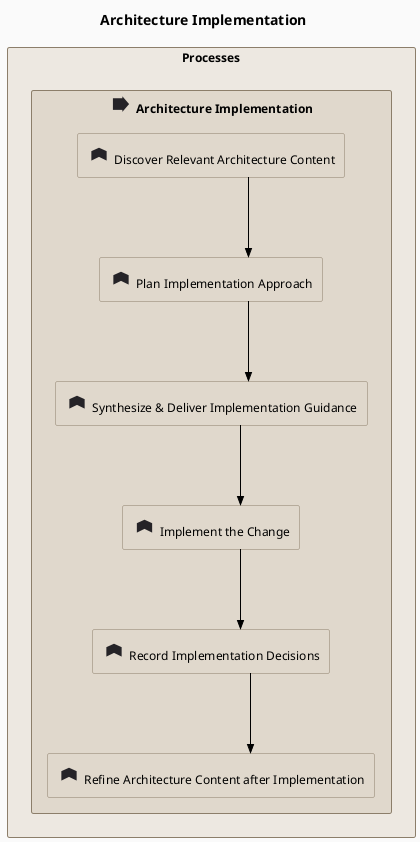
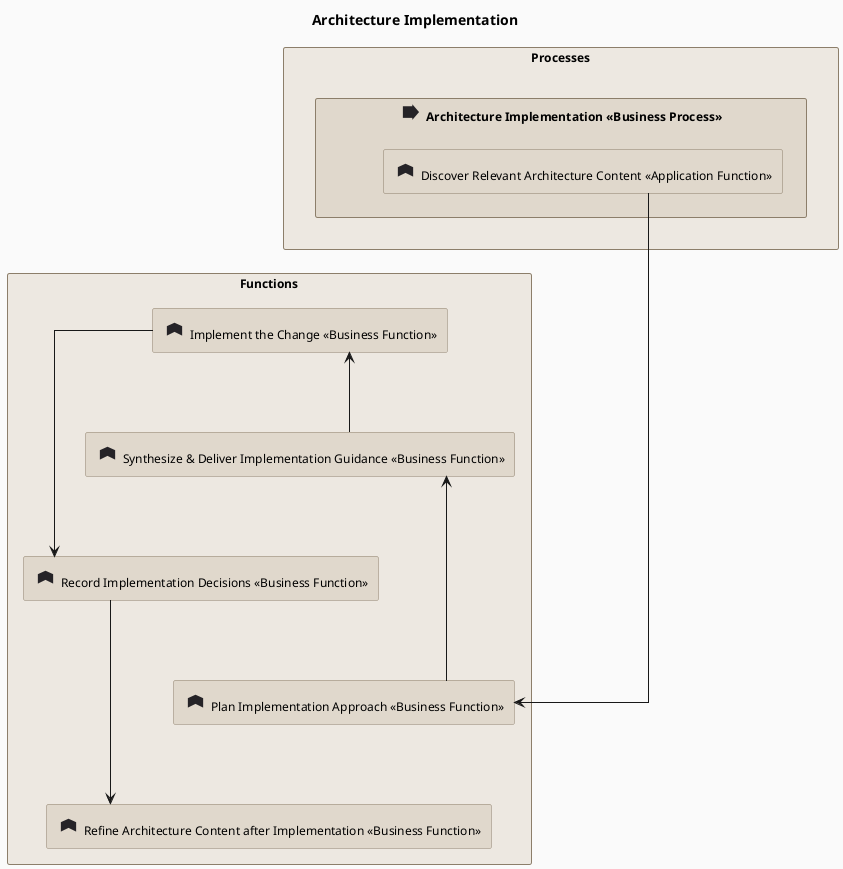
---
artifact-id: ARC@1777474518.fQ7EyJ.architecture-implementation
artifact-type: diagram
name: Architecture Implementation
version: 0.1.0
status: draft
diagram-type: archimate-layered
entity-ids-used:
+ - FNC@1777409722.4LZhtI.implement-the-change
+ - FNC@1777390454.4ce2Qt.synthesize-deliver-implementation-guidance
+ - FNC@1777409722.LxeSn1.record-implementation-decisions
+ - FNC@1777409722.TSs7wk.plan-implementation-approach
+ - FNC@1777474430.fCdnJ2.refine-architecture-content-after-implementation
+ - FNC@1777390444.lLdx12.discover-relevant-architecture-content
- PRC@1776635645.GHVpDA.provide-implementation-guidance
- - FNC@1777390444.lLdx12.discover-relevant-architecture-content
- - FNC@1777409722.4LZhtI.implement-the-change
- - FNC@1777409722.TSs7wk.plan-implementation-approach
- - FNC@1777409722.LxeSn1.record-implementation-decisions
- - FNC@1777390454.4ce2Qt.synthesize-deliver-implementation-guidance
- - FNC@1777474430.fCdnJ2.refine-architecture-content-after-implementation
connection-ids-used:
- - PRC@1776635645.GHVpDA.provide-implementation-guidance---FNC@1777390444.lLdx12.discover-relevant-architecture-content@@archimate-aggregation
- - PRC@1776635645.GHVpDA.provide-implementation-guidance---FNC@1777409722.4LZhtI.implement-the-change@@archimate-aggregation
- - FNC@1777390444.lLdx12.discover-relevant-architecture-content---FNC@1777409722.TSs7wk.plan-implementation-approach@@archimate-triggering
- - PRC@1776635645.GHVpDA.provide-implementation-guidance---FNC@1777409722.TSs7wk.plan-implementation-approach@@archimate-aggregation
- - FNC@1777409722.4LZhtI.implement-the-change---FNC@1777409722.LxeSn1.record-implementation-decisions@@archimate-triggering
- - PRC@1776635645.GHVpDA.provide-implementation-guidance---FNC@1777409722.LxeSn1.record-implementation-decisions@@archimate-aggregation
- - FNC@1777409722.TSs7wk.plan-implementation-approach---FNC@1777390454.4ce2Qt.synthesize-deliver-implementation-guidance@@archimate-triggering
- - PRC@1776635645.GHVpDA.provide-implementation-guidance---FNC@1777390454.4ce2Qt.synthesize-deliver-implementation-guidance@@archimate-aggregation
- - FNC@1777390454.4ce2Qt.synthesize-deliver-implementation-guidance---FNC@1777409722.4LZhtI.implement-the-change@@archimate-triggering
- - FNC@1777409722.LxeSn1.record-implementation-decisions---FNC@1777474430.fCdnJ2.refine-architecture-content-after-implementation@@archimate-triggering
- - PRC@1776635645.GHVpDA.provide-implementation-guidance---FNC@1777474430.fCdnJ2.refine-architecture-content-after-implementation@@archimate-aggregation
- last-updated: '2026-07-05'
+ - FNC@1777390444.lLdx12---FNC@1777409722.TSs7wk@@archimate-triggering
+ - FNC@1777409722.4LZhtI---FNC@1777409722.LxeSn1@@archimate-triggering
+ - FNC@1777409722.TSs7wk---FNC@1777390454.4ce2Qt@@archimate-triggering
+ - FNC@1777390454.4ce2Qt---FNC@1777409722.4LZhtI@@archimate-triggering
+ - FNC@1777409722.LxeSn1---FNC@1777474430.fCdnJ2@@archimate-triggering
+ - PRC@1776635645.GHVpDA---FNC@1777390444.lLdx12@@archimate-aggregation
+ last-updated: '2026-07-19'
---
@startuml architecture-implementation
- !define ARCHIMATE_VERSION 3.2
- !include <archimate/Archimate>
hide stereotype

skinparam defaultFontName "Helvetica Neue, Helvetica, Arial, sans-serif"
skinparam defaultFontSize 12
skinparam shadowing false
skinparam roundcorner 4
skinparam backgroundColor #FAFAFA

skinparam linetype ortho
skinparam nodesep 60
skinparam ranksep 80
+ !define Rel_Triggering(from, to, label) from --> to
+ !define Rel_Realization(from, to, label) from ..|> to
+ !define Rel_Realization_Up(from, to, label) from ..|> to
+ !define Rel_Serving(from, to, label) from --> to
+ !define Rel_Association(from, to, label) from -- to
+ !define Rel_Association_Left(from, to, label) from -- to
+ !define Rel_Association_Right(from, to, label) from -- to
+ !define Rel_Access(from, to, label) from ..> to
+ !define Rel_Influence(from, to, label) from ..> to
skinparam rectangle<<CommonGrouping>> {
  BackgroundColor #EDE8E1
  BorderColor #8C7E6A
}
skinparam rectangle<<function>> {
  BackgroundColor #E0D8CC
  BorderColor #8C7E6A
}
skinparam rectangle<<process>> {
  BackgroundColor #E0D8CC
  BorderColor #8C7E6A
}
sprite $archimate_function <svg xmlns="http://www.w3.org/2000/svg" viewBox="0 0 16 16"><path d="M2.9 11.7V5.4L8 3.1l5.1 2.3v6.3L8 9.2z"  fill="#252327" stroke="none"/></svg>
sprite $archimate_process <svg xmlns="http://www.w3.org/2000/svg" viewBox="0 0 16 16"><path d="M2.6 4.1h6.3V2.8l4.5 5.2-4.5 5.2v-1.3H2.6z"  fill="#252327" stroke="none"/></svg>

top to bottom direction

title Architecture Implementation

rectangle "Processes" <<CommonGrouping>> {
-   rectangle "<$archimate_process{scale=1.5}> Architecture Implementation" <<process>> as PRC_GHVpDA {
-     rectangle "<$archimate_function{scale=1.5}> Discover Relevant Architecture Content" <<function>> as FNC_lLdx12
-     rectangle "<$archimate_function{scale=1.5}> Implement the Change" <<function>> as FNC_4LZhtI
-     rectangle "<$archimate_function{scale=1.5}> Plan Implementation Approach" <<function>> as FNC_TSs7wk
-     rectangle "<$archimate_function{scale=1.5}> Record Implementation Decisions" <<function>> as FNC_LxeSn1
-     rectangle "<$archimate_function{scale=1.5}> Synthesize & Deliver Implementation Guidance" <<function>> as FNC_4ce2Qt
-     rectangle "<$archimate_function{scale=1.5}> Refine Architecture Content after Implementation" <<function>> as FNC_fCdnJ2
-     FNC_lLdx12 -[hidden]down- FNC_TSs7wk
-     FNC_TSs7wk -[hidden]down- FNC_4ce2Qt
-     FNC_4ce2Qt -[hidden]down- FNC_4LZhtI
-     FNC_4LZhtI -[hidden]down- FNC_LxeSn1
-     FNC_LxeSn1 -[hidden]down- FNC_fCdnJ2
+   rectangle "<$archimate_process{scale=1.5}> Architecture Implementation «Business Process»" <<process>> as PRC_GHVpDA {
+     rectangle "<$archimate_function{scale=1.5}> Discover Relevant Architecture Content «Application Function»" <<function>> as FNC_lLdx12
  }
}

+ rectangle "Functions" <<CommonGrouping>> {
+   rectangle "<$archimate_function{scale=1.5}> Implement the Change «Business Function»" <<function>> as FNC_4LZhtI
+   rectangle "<$archimate_function{scale=1.5}> Synthesize & Deliver Implementation Guidance «Business Function»" <<function>> as FNC_4ce2Qt
+   rectangle "<$archimate_function{scale=1.5}> Record Implementation Decisions «Business Function»" <<function>> as FNC_LxeSn1
+   rectangle "<$archimate_function{scale=1.5}> Plan Implementation Approach «Business Function»" <<function>> as FNC_TSs7wk
+   rectangle "<$archimate_function{scale=1.5}> Refine Architecture Content after Implementation «Business Function»" <<function>> as FNC_fCdnJ2
+ }
+ FNC_4LZhtI -[hidden]down- FNC_4ce2Qt
+ FNC_4ce2Qt -[hidden]down- FNC_LxeSn1
+ FNC_LxeSn1 -[hidden]down- FNC_TSs7wk
+ FNC_TSs7wk -[hidden]down- FNC_fCdnJ2
+ PRC_GHVpDA -[hidden]down- FNC_4LZhtI
+ 
' Connections
- Rel_Triggering(FNC_lLdx12, FNC_TSs7wk, "")
- Rel_Triggering(FNC_4LZhtI, FNC_LxeSn1, "")
- Rel_Triggering(FNC_TSs7wk, FNC_4ce2Qt, "")
- Rel_Triggering(FNC_4ce2Qt, FNC_4LZhtI, "")
- Rel_Triggering(FNC_LxeSn1, FNC_fCdnJ2, "")
+ FNC_lLdx12 --> FNC_TSs7wk
+ FNC_4LZhtI --> FNC_LxeSn1
+ FNC_TSs7wk --> FNC_4ce2Qt
+ FNC_4ce2Qt --> FNC_4LZhtI
+ FNC_LxeSn1 --> FNC_fCdnJ2

@enduml
